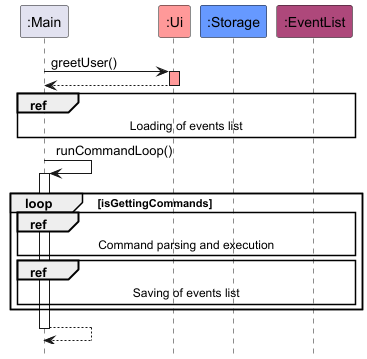
Above: docs/images/ArchitectureSequenceDiagram.png in nus-cs2113-AY2425S1/tp (PlantUML), before the change.
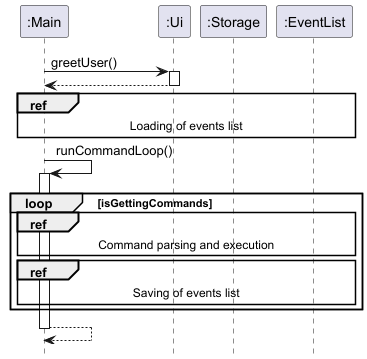
The same diagram one commit later.

Change to the diagram source:
```diff
@@ -3,12 +3,12 @@
 hide footbox
 
 Participant ":Main" as main
-Participant ":Ui" as ui UI_COLOUR
-Participant ":Storage" as storage STORAGE_COLOUR
-Participant ":EventList" as events EVENT_COLOUR
+Participant ":Ui" as ui
+Participant ":Storage" as storage
+Participant ":EventList" as events
 
 main -> ui : greetUser()
-activate ui UI_COLOUR
+activate ui
 return
 
 ref over main, storage, events : Loading of events list
```
